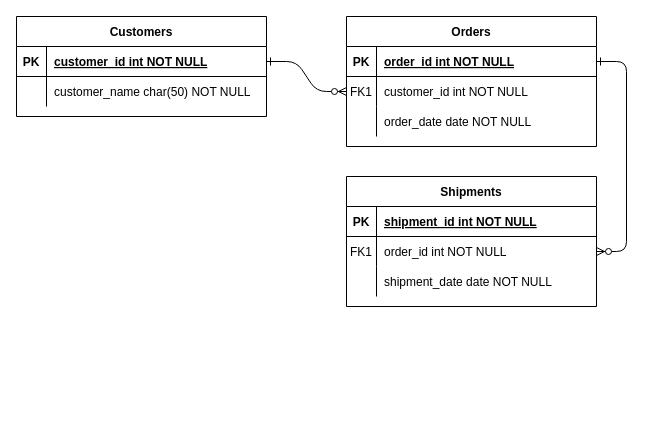
Above: Parking.drawio in suhasark/bits-mtech-work (draw.io), before the change. Source tidied: cells renumbered, new cells numbered last; positions are measured from the earlier drawing's top-left corner, leaving out a move shared by most shapes. Both pictures are drawn from the tidied source at 100%, with x=0, y=0 at pixel (16, 16).
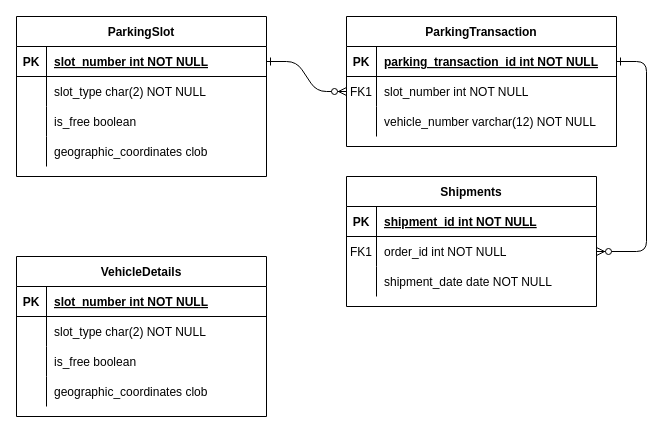
Above is the later version.

The change refers to these unchanged cells:
```xml
<mxCell id="25" style="shape=partialRectangle;fillColor=none;points=[[0,0.5],[1,0.5]];portConstraint=eastwest;top=0;left=0;right=0;bottom=1;" parent="24" vertex="1">
  <mxGeometry y="30" width="250" height="30" as="geometry" />
</mxCell>
<mxCell id="28" style="shape=partialRectangle;fillColor=none;top=0;left=0;right=0;bottom=0;" parent="24" vertex="1">
  <mxGeometry y="60" width="250" height="30" as="geometry" />
</mxCell>
```

The edit, as a diff of the source:
```diff
@@
-    <mxCell id="4" value="Orders" style="shape=table;startSize=30;childLayout=tableLayout;rowLines=0;fontStyle=1;align=center;" parent="1" vertex="1">
-      <mxGeometry x="330" width="250" height="130" as="geometry" />
+    <mxCell id="4" value="ParkingTransaction" style="shape=table;startSize=30;childLayout=tableLayout;rowLines=0;fontStyle=1;align=center;" parent="1" vertex="1">
+      <mxGeometry x="330" width="270" height="130" as="geometry" />
     </mxCell>
     <mxCell id="5" style="shape=partialRectangle;fillColor=none;points=[[0,0.5],[1,0.5]];portConstraint=eastwest;top=0;left=0;right=0;bottom=1;" parent="4" vertex="1">
-      <mxGeometry y="30" width="250" height="30" as="geometry" />
+      <mxGeometry y="30" width="270" height="30" as="geometry" />
     </mxCell>
@@
-    <mxCell id="7" value="order_id int NOT NULL " style="shape=partialRectangle;overflow=hidden;fillColor=none;top=0;left=0;bottom=0;right=0;align=left;spacingLeft=6;fontStyle=5;" parent="5" vertex="1">
-      <mxGeometry x="30" width="220" height="30" as="geometry" />
+    <mxCell id="7" value="parking_transaction_id int NOT NULL " style="shape=partialRectangle;overflow=hidden;fillColor=none;top=0;left=0;bottom=0;right=0;align=left;spacingLeft=6;fontStyle=5;" parent="5" vertex="1">
+      <mxGeometry x="30" width="240" height="30" as="geometry" />
     </mxCell>
     <mxCell id="8" style="shape=partialRectangle;fillColor=none;points=[[0,0.5],[1,0.5]];portConstraint=eastwest;top=0;left=0;right=0;bottom=0;" parent="4" vertex="1">
-      <mxGeometry y="60" width="250" height="30" as="geometry" />
+      <mxGeometry y="60" width="270" height="30" as="geometry" />
     </mxCell>
@@
-    <mxCell id="10" value="customer_id int NOT NULL" style="shape=partialRectangle;overflow=hidden;fillColor=none;top=0;left=0;bottom=0;right=0;align=left;spacingLeft=6;" parent="8" vertex="1">
-      <mxGeometry x="30" width="220" height="30" as="geometry" />
+    <mxCell id="10" value="slot_number int NOT NULL" style="shape=partialRectangle;overflow=hidden;fillColor=none;top=0;left=0;bottom=0;right=0;align=left;spacingLeft=6;" parent="8" vertex="1">
+      <mxGeometry x="30" width="240" height="30" as="geometry" />
     </mxCell>
     <mxCell id="11" style="shape=partialRectangle;fillColor=none;top=0;left=0;right=0;bottom=0;" parent="4" vertex="1">
-      <mxGeometry y="90" width="250" height="30" as="geometry" />
+      <mxGeometry y="90" width="270" height="30" as="geometry" />
     </mxCell>
@@
-    <mxCell id="13" value="order_date date NOT NULL" style="shape=partialRectangle;overflow=hidden;fillColor=none;top=0;left=0;bottom=0;right=0;align=left;spacingLeft=6;" parent="11" vertex="1">
-      <mxGeometry x="30" width="220" height="30" as="geometry" />
+    <mxCell id="13" value="vehicle_number varchar(12) NOT NULL" style="shape=partialRectangle;overflow=hidden;fillColor=none;top=0;left=0;bottom=0;right=0;align=left;spacingLeft=6;" parent="11" vertex="1">
+      <mxGeometry x="30" width="240" height="30" as="geometry" />
     </mxCell>
@@
-    <mxCell id="24" value="Customers" style="shape=table;startSize=30;childLayout=tableLayout;rowLines=0;fontStyle=1;align=center;" parent="1" vertex="1">
-      <mxGeometry width="250" height="100" as="geometry" />
+    <mxCell id="24" value="ParkingSlot" style="shape=table;startSize=30;childLayout=tableLayout;rowLines=0;fontStyle=1;align=center;" parent="1" vertex="1">
+      <mxGeometry width="250" height="160" as="geometry" />
     </mxCell>
@@
-    <mxCell id="27" value="customer_id int NOT NULL " style="shape=partialRectangle;overflow=hidden;fillColor=none;top=0;left=0;bottom=0;right=0;align=left;spacingLeft=6;fontStyle=5;" parent="25" vertex="1">
+    <mxCell id="27" value="slot_number int NOT NULL " style="shape=partialRectangle;overflow=hidden;fillColor=none;top=0;left=0;bottom=0;right=0;align=left;spacingLeft=6;fontStyle=5;" parent="25" vertex="1">
       <mxGeometry x="30" width="220" height="30" as="geometry" />
     </mxCell>
@@
-    <mxCell id="30" value="customer_name char(50) NOT NULL" style="shape=partialRectangle;overflow=hidden;fillColor=none;top=0;left=0;bottom=0;right=0;align=left;spacingLeft=6;" parent="28" vertex="1">
+    <mxCell id="30" value="slot_type char(2) NOT NULL" style="shape=partialRectangle;overflow=hidden;fillColor=none;top=0;left=0;bottom=0;right=0;align=left;spacingLeft=6;" parent="28" vertex="1">
       <mxGeometry x="30" width="220" height="30" as="geometry" />
     </mxCell>
+    <mxCell id="31" style="shape=partialRectangle;fillColor=none;top=0;left=0;right=0;bottom=0;" parent="24" vertex="1">
+      <mxGeometry y="90" width="250" height="30" as="geometry" />
+    </mxCell>
+    <mxCell id="32" style="shape=partialRectangle;overflow=hidden;fillColor=none;top=0;left=0;bottom=0;right=0;" parent="31" vertex="1">
+      <mxGeometry width="30" height="30" as="geometry" />
+    </mxCell>
+    <mxCell id="33" value="is_free boolean" style="shape=partialRectangle;overflow=hidden;fillColor=none;top=0;left=0;bottom=0;right=0;align=left;spacingLeft=6;" parent="31" vertex="1">
+      <mxGeometry x="30" width="220" height="30" as="geometry" />
+    </mxCell>
+    <mxCell id="34" style="shape=partialRectangle;fillColor=none;top=0;left=0;right=0;bottom=0;" parent="24" vertex="1">
+      <mxGeometry y="120" width="250" height="30" as="geometry" />
+    </mxCell>
+    <mxCell id="35" style="shape=partialRectangle;overflow=hidden;fillColor=none;top=0;left=0;bottom=0;right=0;" parent="34" vertex="1">
+      <mxGeometry width="30" height="30" as="geometry" />
+    </mxCell>
+    <mxCell id="36" value="geographic_coordinates clob" style="shape=partialRectangle;overflow=hidden;fillColor=none;top=0;left=0;bottom=0;right=0;align=left;spacingLeft=6;" parent="34" vertex="1">
+      <mxGeometry x="30" width="220" height="30" as="geometry" />
+    </mxCell>
+    <mxCell id="37" value="VehicleDetails" style="shape=table;startSize=30;childLayout=tableLayout;rowLines=0;fontStyle=1;align=center;" parent="1" vertex="1">
+      <mxGeometry y="240" width="250" height="160" as="geometry" />
+    </mxCell>
+    <mxCell id="38" style="shape=partialRectangle;fillColor=none;top=0;left=0;right=0;bottom=1;" parent="37" vertex="1">
+      <mxGeometry y="30" width="250" height="30" as="geometry" />
+    </mxCell>
+    <mxCell id="39" value="PK" style="shape=partialRectangle;overflow=hidden;fillColor=none;top=0;left=0;bottom=0;right=0;fontStyle=1;" parent="38" vertex="1">
+      <mxGeometry width="30" height="30" as="geometry" />
+    </mxCell>
+    <mxCell id="40" value="slot_number int NOT NULL " style="shape=partialRectangle;overflow=hidden;fillColor=none;top=0;left=0;bottom=0;right=0;align=left;spacingLeft=6;fontStyle=5;" parent="38" vertex="1">
+      <mxGeometry x="30" width="220" height="30" as="geometry" />
+    </mxCell>
+    <mxCell id="41" style="shape=partialRectangle;fillColor=none;top=0;left=0;right=0;bottom=0;" parent="37" vertex="1">
+      <mxGeometry y="60" width="250" height="30" as="geometry" />
+    </mxCell>
+    <mxCell id="42" style="shape=partialRectangle;overflow=hidden;fillColor=none;top=0;left=0;bottom=0;right=0;" parent="41" vertex="1">
+      <mxGeometry width="30" height="30" as="geometry" />
+    </mxCell>
+    <mxCell id="43" value="slot_type char(2) NOT NULL" style="shape=partialRectangle;overflow=hidden;fillColor=none;top=0;left=0;bottom=0;right=0;align=left;spacingLeft=6;" parent="41" vertex="1">
+      <mxGeometry x="30" width="220" height="30" as="geometry" />
+    </mxCell>
+    <mxCell id="44" style="shape=partialRectangle;fillColor=none;top=0;left=0;right=0;bottom=0;" parent="37" vertex="1">
+      <mxGeometry y="90" width="250" height="30" as="geometry" />
+    </mxCell>
+    <mxCell id="45" style="shape=partialRectangle;overflow=hidden;fillColor=none;top=0;left=0;bottom=0;right=0;" parent="44" vertex="1">
+      <mxGeometry width="30" height="30" as="geometry" />
+    </mxCell>
+    <mxCell id="46" value="is_free boolean" style="shape=partialRectangle;overflow=hidden;fillColor=none;top=0;left=0;bottom=0;right=0;align=left;spacingLeft=6;" parent="44" vertex="1">
+      <mxGeometry x="30" width="220" height="30" as="geometry" />
+    </mxCell>
+    <mxCell id="47" style="shape=partialRectangle;fillColor=none;top=0;left=0;right=0;bottom=0;" parent="37" vertex="1">
+      <mxGeometry y="120" width="250" height="30" as="geometry" />
+    </mxCell>
+    <mxCell id="48" style="shape=partialRectangle;overflow=hidden;fillColor=none;top=0;left=0;bottom=0;right=0;" parent="47" vertex="1">
+      <mxGeometry width="30" height="30" as="geometry" />
+    </mxCell>
+    <mxCell id="49" value="geographic_coordinates clob" style="shape=partialRectangle;overflow=hidden;fillColor=none;top=0;left=0;bottom=0;right=0;align=left;spacingLeft=6;" parent="47" vertex="1">
+      <mxGeometry x="30" width="220" height="30" as="geometry" />
+    </mxCell>
```
